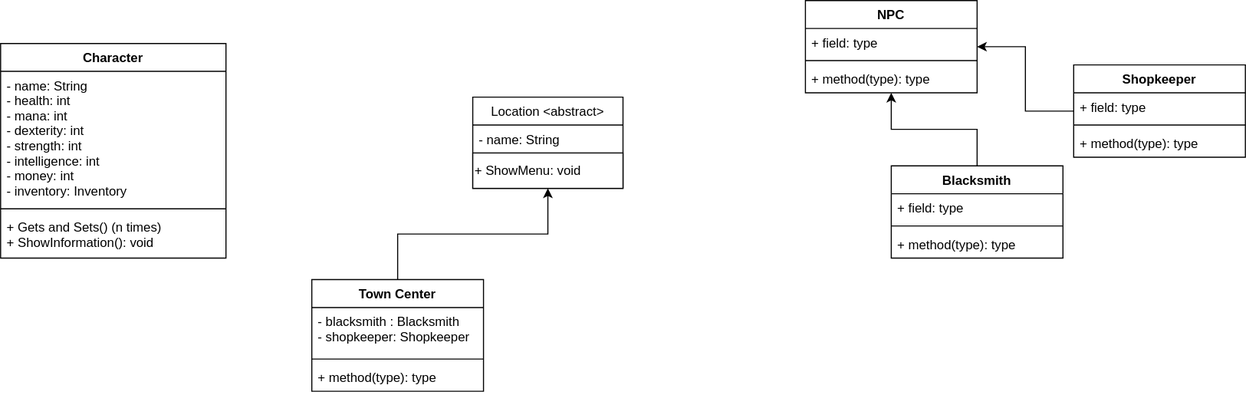
This is OOPrinciplesAG.drawio.svg from umutaan50/OOPrinciplesProjectAG, a draw.io export, as it was before one commit. Source tidied: cells renumbered, new cells last; positions are measured from the earlier drawing's top-left corner, leaving out a move shared by most shapes.
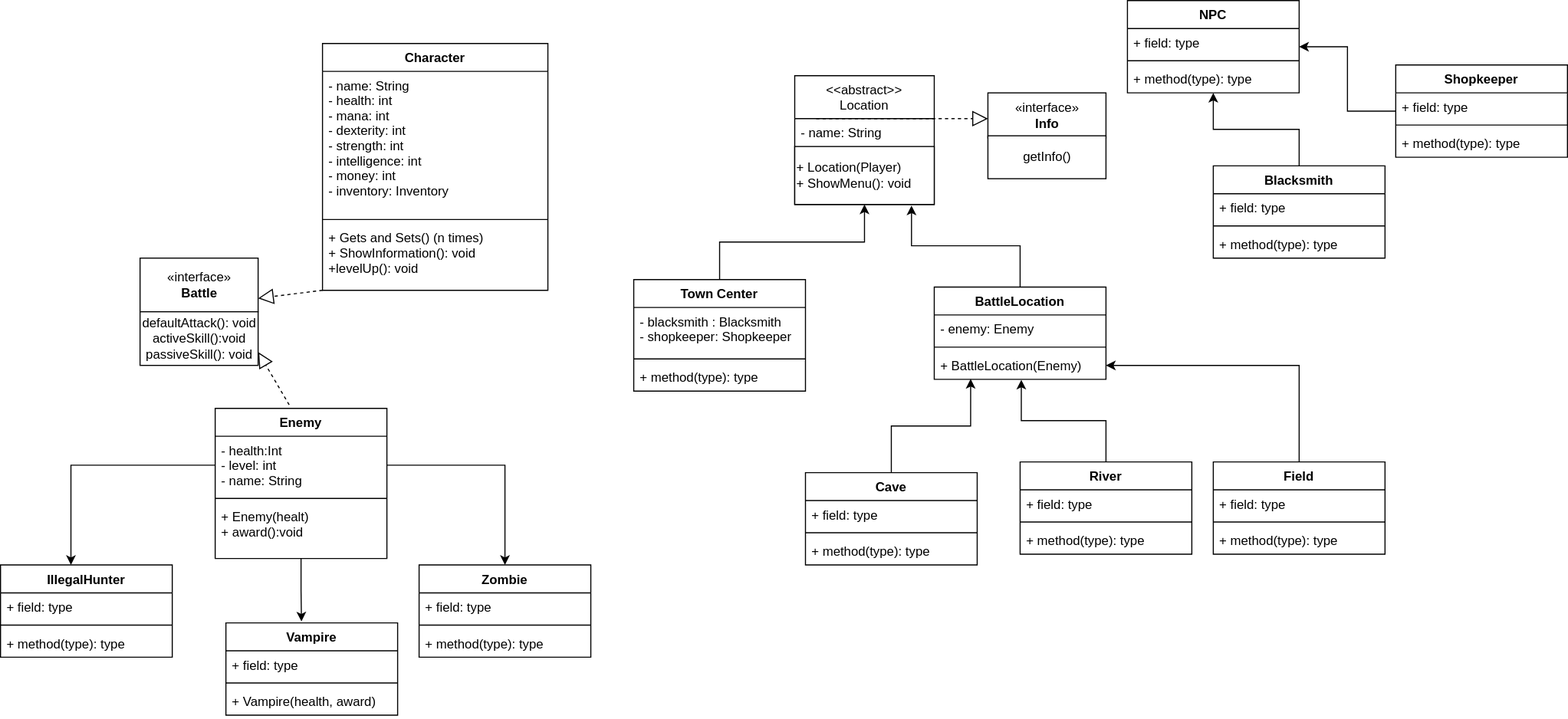
Above is the later version.

The edit, as a diff of the source:
```diff
@@ -3,25 +3,25 @@
     <mxCell id="0" />
     <mxCell id="1" parent="0" />
     <mxCell id="2" value="Character" style="swimlane;fontStyle=1;align=center;verticalAlign=top;horizontal=1;startSize=26;" parent="1" vertex="1">
-      <mxGeometry y="40" width="210" height="200" as="geometry" />
+      <mxGeometry y="40" width="210" height="230" as="geometry" />
     </mxCell>
     <mxCell id="3" value="- name: String&#10;- health: int&#10;- mana: int &#10;- dexterity: int&#10;- strength: int&#10;- intelligence: int&#10;- money: int &#10;- inventory: Inventory" style="text;strokeColor=none;fillColor=none;align=left;verticalAlign=top;spacingLeft=4;spacingRight=4;overflow=hidden;" parent="2" vertex="1">
-      <mxGeometry y="26" width="210" height="124" as="geometry" />
+      <mxGeometry y="26" width="210" height="134" as="geometry" />
     </mxCell>
     <mxCell id="4" style="line;strokeWidth=1;fillColor=none;align=left;verticalAlign=middle;spacingTop=-1;spacingLeft=3;spacingRight=3;labelPosition=right;" parent="2" vertex="1">
-      <mxGeometry y="150" width="210" height="8" as="geometry" />
+      <mxGeometry y="160" width="210" height="8" as="geometry" />
     </mxCell>
-    <mxCell id="5" value="+ Gets and Sets() (n times)&#10;+ ShowInformation(): void" style="text;strokeColor=none;fillColor=none;align=left;verticalAlign=top;spacingLeft=4;spacingRight=4;overflow=hidden;" parent="2" vertex="1">
-      <mxGeometry y="158" width="210" height="42" as="geometry" />
+    <mxCell id="5" value="+ Gets and Sets() (n times)&#10;+ ShowInformation(): void&#10;+levelUp(): void" style="text;strokeColor=none;fillColor=none;align=left;verticalAlign=top;spacingLeft=4;spacingRight=4;overflow=hidden;" parent="2" vertex="1">
+      <mxGeometry y="168" width="210" height="62" as="geometry" />
     </mxCell>
-    <mxCell id="6" value="Location &lt;abstract&gt;" style="swimlane;fontStyle=0;horizontal=1;startSize=26;fillColor=none;" parent="1" vertex="1">
-      <mxGeometry x="440" y="90" width="140" height="85" as="geometry" />
+    <mxCell id="6" value="&lt;&lt;abstract&gt;&gt;&#10;Location" style="swimlane;fontStyle=0;horizontal=1;startSize=40;fillColor=none;" parent="1" vertex="1">
+      <mxGeometry x="440" y="70" width="130" height="120" as="geometry" />
     </mxCell>
     <mxCell id="7" value="- name: String " style="text;strokeColor=none;fillColor=none;align=left;verticalAlign=top;spacingLeft=4;spacingRight=4;overflow=hidden;" parent="6" vertex="1">
-      <mxGeometry y="26" width="140" height="26" as="geometry" />
+      <mxGeometry y="40" width="130" height="26" as="geometry" />
     </mxCell>
-    <mxCell id="8" value="+ ShowMenu: void&amp;nbsp;" style="rounded=0;whiteSpace=wrap;html=1;align=left;" parent="6" vertex="1">
-      <mxGeometry y="52" width="140" height="33" as="geometry" />
+    <mxCell id="8" value="+ Location(Player)&lt;br&gt;+ ShowMenu(): void&amp;nbsp;" style="rounded=0;whiteSpace=wrap;html=1;align=left;" parent="6" vertex="1">
+      <mxGeometry y="66" width="130" height="54" as="geometry" />
     </mxCell>
     <mxCell id="9" style="edgeStyle=orthogonalEdgeStyle;rounded=0;jettySize=auto;html=1;" parent="1" edge="1" source="10" target="6">
       <mxGeometry relative="1" as="geometry" />
@@ -80,5 +80,148 @@
     <mxCell id="27" value="+ method(type): type" style="text;strokeColor=none;fillColor=none;align=left;verticalAlign=top;spacingLeft=4;spacingRight=4;overflow=hidden;" parent="24" vertex="1">
       <mxGeometry y="60" width="160" height="26" as="geometry" />
     </mxCell>
+    <mxCell id="28" style="edgeStyle=orthogonalEdgeStyle;rounded=0;jettySize=auto;html=1;entryX=0.837;entryY=1.019;entryDx=0;entryDy=0;entryPerimeter=0;" parent="1" edge="1" source="29" target="8">
+      <mxGeometry relative="1" as="geometry" />
+    </mxCell>
+    <mxCell id="29" value="BattleLocation" style="swimlane;fontStyle=1;align=center;verticalAlign=top;horizontal=1;startSize=26;" parent="1" vertex="1">
+      <mxGeometry x="570" y="267" width="160" height="86" as="geometry" />
+    </mxCell>
+    <mxCell id="30" value="- enemy: Enemy" style="text;strokeColor=none;fillColor=none;align=left;verticalAlign=top;spacingLeft=4;spacingRight=4;overflow=hidden;" parent="29" vertex="1">
+      <mxGeometry y="26" width="160" height="26" as="geometry" />
+    </mxCell>
+    <mxCell id="31" style="line;strokeWidth=1;fillColor=none;align=left;verticalAlign=middle;spacingTop=-1;spacingLeft=3;spacingRight=3;labelPosition=right;" parent="29" vertex="1">
+      <mxGeometry y="52" width="160" height="8" as="geometry" />
+    </mxCell>
+    <mxCell id="32" value="+ BattleLocation(Enemy)" style="text;strokeColor=none;fillColor=none;align=left;verticalAlign=top;spacingLeft=4;spacingRight=4;overflow=hidden;points=[[0,0.5],[1,0.5]];portConstraint=eastwest;" parent="29" vertex="1">
+      <mxGeometry y="60" width="160" height="26" as="geometry" />
+    </mxCell>
+    <mxCell id="33" value="«interface»&lt;br&gt;&lt;b&gt;Info&lt;/b&gt;" style="html=1;" parent="1" vertex="1">
+      <mxGeometry x="620" y="86" width="110" height="42" as="geometry" />
+    </mxCell>
+    <mxCell id="34" value="getInfo()" style="html=1;" parent="1" vertex="1">
+      <mxGeometry x="620" y="126" width="110" height="40" as="geometry" />
+    </mxCell>
+    <mxCell id="35" style="edgeStyle=orthogonalEdgeStyle;rounded=0;jettySize=auto;html=1;entryX=0.212;entryY=0.985;entryDx=0;entryDy=0;entryPerimeter=0;" parent="1" edge="1" source="36" target="32">
+      <mxGeometry relative="1" as="geometry" />
+    </mxCell>
+    <mxCell id="36" value="Cave" style="swimlane;fontStyle=1;align=center;verticalAlign=top;horizontal=1;startSize=26;" parent="1" vertex="1">
+      <mxGeometry x="450" y="440" width="160" height="86" as="geometry" />
+    </mxCell>
+    <mxCell id="37" value="+ field: type" style="text;strokeColor=none;fillColor=none;align=left;verticalAlign=top;spacingLeft=4;spacingRight=4;overflow=hidden;" parent="36" vertex="1">
+      <mxGeometry y="26" width="160" height="26" as="geometry" />
+    </mxCell>
+    <mxCell id="38" style="line;strokeWidth=1;fillColor=none;align=left;verticalAlign=middle;spacingTop=-1;spacingLeft=3;spacingRight=3;labelPosition=right;" parent="36" vertex="1">
+      <mxGeometry y="52" width="160" height="8" as="geometry" />
+    </mxCell>
+    <mxCell id="39" value="+ method(type): type" style="text;strokeColor=none;fillColor=none;align=left;verticalAlign=top;spacingLeft=4;spacingRight=4;overflow=hidden;" parent="36" vertex="1">
+      <mxGeometry y="60" width="160" height="26" as="geometry" />
+    </mxCell>
+    <mxCell id="40" style="edgeStyle=orthogonalEdgeStyle;rounded=0;jettySize=auto;html=1;entryX=0.507;entryY=1.015;entryDx=0;entryDy=0;entryPerimeter=0;" parent="1" edge="1" source="41" target="32">
+      <mxGeometry relative="1" as="geometry" />
+    </mxCell>
+    <mxCell id="41" value="River" style="swimlane;fontStyle=1;align=center;verticalAlign=top;horizontal=1;startSize=26;" parent="1" vertex="1">
+      <mxGeometry x="650" y="430" width="160" height="86" as="geometry" />
+    </mxCell>
+    <mxCell id="42" value="+ field: type" style="text;strokeColor=none;fillColor=none;align=left;verticalAlign=top;spacingLeft=4;spacingRight=4;overflow=hidden;" parent="41" vertex="1">
+      <mxGeometry y="26" width="160" height="26" as="geometry" />
+    </mxCell>
+    <mxCell id="43" style="line;strokeWidth=1;fillColor=none;align=left;verticalAlign=middle;spacingTop=-1;spacingLeft=3;spacingRight=3;labelPosition=right;" parent="41" vertex="1">
+      <mxGeometry y="52" width="160" height="8" as="geometry" />
+    </mxCell>
+    <mxCell id="44" value="+ method(type): type" style="text;strokeColor=none;fillColor=none;align=left;verticalAlign=top;spacingLeft=4;spacingRight=4;overflow=hidden;" parent="41" vertex="1">
+      <mxGeometry y="60" width="160" height="26" as="geometry" />
+    </mxCell>
+    <mxCell id="45" style="edgeStyle=orthogonalEdgeStyle;rounded=0;jettySize=auto;html=1;entryX=1;entryY=0.5;entryDx=0;entryDy=0;" parent="1" edge="1" source="46" target="32">
+      <mxGeometry relative="1" as="geometry" />
+    </mxCell>
+    <mxCell id="46" value="Field" style="swimlane;fontStyle=1;align=center;verticalAlign=top;horizontal=1;startSize=26;" parent="1" vertex="1">
+      <mxGeometry x="830" y="430" width="160" height="86" as="geometry" />
+    </mxCell>
+    <mxCell id="47" value="+ field: type" style="text;strokeColor=none;fillColor=none;align=left;verticalAlign=top;spacingLeft=4;spacingRight=4;overflow=hidden;" parent="46" vertex="1">
+      <mxGeometry y="26" width="160" height="26" as="geometry" />
+    </mxCell>
+    <mxCell id="48" style="line;strokeWidth=1;fillColor=none;align=left;verticalAlign=middle;spacingTop=-1;spacingLeft=3;spacingRight=3;labelPosition=right;" parent="46" vertex="1">
+      <mxGeometry y="52" width="160" height="8" as="geometry" />
+    </mxCell>
+    <mxCell id="49" value="+ method(type): type" style="text;strokeColor=none;fillColor=none;align=left;verticalAlign=top;spacingLeft=4;spacingRight=4;overflow=hidden;" parent="46" vertex="1">
+      <mxGeometry y="60" width="160" height="26" as="geometry" />
+    </mxCell>
+    <mxCell id="50" style="edgeStyle=orthogonalEdgeStyle;rounded=0;jettySize=auto;html=1;entryX=0.44;entryY=-0.016;entryDx=0;entryDy=0;entryPerimeter=0;" parent="1" edge="1" source="51" target="64">
+      <mxGeometry relative="1" as="geometry" />
+    </mxCell>
+    <mxCell id="51" value="Enemy" style="swimlane;fontStyle=1;align=center;verticalAlign=top;horizontal=1;startSize=26;" parent="1" vertex="1">
+      <mxGeometry x="-100" y="380" width="160" height="140" as="geometry" />
+    </mxCell>
+    <mxCell id="52" value="- health:Int&#10;- level: int&#10;- name: String" style="text;strokeColor=none;fillColor=none;align=left;verticalAlign=top;spacingLeft=4;spacingRight=4;overflow=hidden;points=[[0,0.5],[1,0.5]];portConstraint=eastwest;" parent="51" vertex="1">
+      <mxGeometry y="26" width="160" height="54" as="geometry" />
+    </mxCell>
+    <mxCell id="53" style="line;strokeWidth=1;fillColor=none;align=left;verticalAlign=middle;spacingTop=-1;spacingLeft=3;spacingRight=3;labelPosition=right;" parent="51" vertex="1">
+      <mxGeometry y="80" width="160" height="8" as="geometry" />
+    </mxCell>
+    <mxCell id="54" value="+ Enemy(healt)&#10;+ award():void" style="text;strokeColor=none;fillColor=none;align=left;verticalAlign=top;spacingLeft=4;spacingRight=4;overflow=hidden;" parent="51" vertex="1">
+      <mxGeometry y="88" width="160" height="52" as="geometry" />
+    </mxCell>
+    <mxCell id="55" value="«interface»&lt;br&gt;&lt;b&gt;Battle&lt;/b&gt;" style="html=1;" parent="1" vertex="1">
+      <mxGeometry x="-170" y="240" width="110" height="50" as="geometry" />
+    </mxCell>
+    <mxCell id="56" value="defaultAttack(): void&lt;br&gt;activeSkill():void&lt;br&gt;passiveSkill(): void" style="html=1;" parent="1" vertex="1">
+      <mxGeometry x="-170" y="290" width="110" height="50" as="geometry" />
+    </mxCell>
+    <mxCell id="57" style="endArrow=block;dashed=1;endFill=0;endSize=12;html=1;rounded=0;" parent="1" edge="1">
+      <mxGeometry relative="1" as="geometry">
+        <mxPoint x="460" y="110" as="sourcePoint" />
+        <mxPoint x="620" y="110" as="targetPoint" />
+      </mxGeometry>
+    </mxCell>
+    <mxCell id="58" style="endArrow=block;dashed=1;endFill=0;endSize=12;html=1;rounded=0;entryX=1;entryY=0.75;entryDx=0;entryDy=0;" parent="1" edge="1" target="55">
+      <mxGeometry relative="1" as="geometry">
+        <mxPoint y="270" as="sourcePoint" />
+      </mxGeometry>
+    </mxCell>
+    <mxCell id="59" style="endArrow=block;dashed=1;endFill=0;endSize=12;html=1;rounded=0;entryX=1;entryY=0.75;entryDx=0;entryDy=0;exitX=0.431;exitY=-0.023;exitDx=0;exitDy=0;exitPerimeter=0;" parent="1" edge="1" source="51" target="56">
+      <mxGeometry relative="1" as="geometry" />
+    </mxCell>
+    <mxCell id="60" value="IllegalHunter" style="swimlane;fontStyle=1;align=center;verticalAlign=top;horizontal=1;startSize=26;" parent="1" vertex="1">
+      <mxGeometry x="-300" y="526" width="160" height="86" as="geometry" />
+    </mxCell>
+    <mxCell id="61" value="+ field: type" style="text;strokeColor=none;fillColor=none;align=left;verticalAlign=top;spacingLeft=4;spacingRight=4;overflow=hidden;" parent="60" vertex="1">
+      <mxGeometry y="26" width="160" height="26" as="geometry" />
+    </mxCell>
+    <mxCell id="62" style="line;strokeWidth=1;fillColor=none;align=left;verticalAlign=middle;spacingTop=-1;spacingLeft=3;spacingRight=3;labelPosition=right;" parent="60" vertex="1">
+      <mxGeometry y="52" width="160" height="8" as="geometry" />
+    </mxCell>
+    <mxCell id="63" value="+ method(type): type" style="text;strokeColor=none;fillColor=none;align=left;verticalAlign=top;spacingLeft=4;spacingRight=4;overflow=hidden;" parent="60" vertex="1">
+      <mxGeometry y="60" width="160" height="26" as="geometry" />
+    </mxCell>
+    <mxCell id="64" value="Vampire" style="swimlane;fontStyle=1;align=center;verticalAlign=top;horizontal=1;startSize=26;" parent="1" vertex="1">
+      <mxGeometry x="-90" y="580" width="160" height="86" as="geometry" />
+    </mxCell>
+    <mxCell id="65" value="+ field: type" style="text;strokeColor=none;fillColor=none;align=left;verticalAlign=top;spacingLeft=4;spacingRight=4;overflow=hidden;" parent="64" vertex="1">
+      <mxGeometry y="26" width="160" height="26" as="geometry" />
+    </mxCell>
+    <mxCell id="66" style="line;strokeWidth=1;fillColor=none;align=left;verticalAlign=middle;spacingTop=-1;spacingLeft=3;spacingRight=3;labelPosition=right;" parent="64" vertex="1">
+      <mxGeometry y="52" width="160" height="8" as="geometry" />
+    </mxCell>
+    <mxCell id="67" value="+ Vampire(health, award)" style="text;strokeColor=none;fillColor=none;align=left;verticalAlign=top;spacingLeft=4;spacingRight=4;overflow=hidden;" parent="64" vertex="1">
+      <mxGeometry y="60" width="160" height="26" as="geometry" />
+    </mxCell>
+    <mxCell id="68" value="Zombie" style="swimlane;fontStyle=1;align=center;verticalAlign=top;horizontal=1;startSize=26;" parent="1" vertex="1">
+      <mxGeometry x="90" y="526" width="160" height="86" as="geometry" />
+    </mxCell>
+    <mxCell id="69" value="+ field: type" style="text;strokeColor=none;fillColor=none;align=left;verticalAlign=top;spacingLeft=4;spacingRight=4;overflow=hidden;" parent="68" vertex="1">
+      <mxGeometry y="26" width="160" height="26" as="geometry" />
+    </mxCell>
+    <mxCell id="70" style="line;strokeWidth=1;fillColor=none;align=left;verticalAlign=middle;spacingTop=-1;spacingLeft=3;spacingRight=3;labelPosition=right;" parent="68" vertex="1">
+      <mxGeometry y="52" width="160" height="8" as="geometry" />
+    </mxCell>
+    <mxCell id="71" value="+ method(type): type" style="text;strokeColor=none;fillColor=none;align=left;verticalAlign=top;spacingLeft=4;spacingRight=4;overflow=hidden;" parent="68" vertex="1">
+      <mxGeometry y="60" width="160" height="26" as="geometry" />
+    </mxCell>
+    <mxCell id="72" style="edgeStyle=orthogonalEdgeStyle;rounded=0;jettySize=auto;html=1;entryX=0.41;entryY=0;entryDx=0;entryDy=0;entryPerimeter=0;" parent="1" edge="1" source="52" target="60">
+      <mxGeometry relative="1" as="geometry" />
+    </mxCell>
+    <mxCell id="73" style="edgeStyle=orthogonalEdgeStyle;rounded=0;jettySize=auto;html=1;entryX=0.5;entryY=0;entryDx=0;entryDy=0;" parent="1" edge="1" source="52" target="68">
+      <mxGeometry relative="1" as="geometry" />
+    </mxCell>
   </root>
 </mxGraphModel>
```
